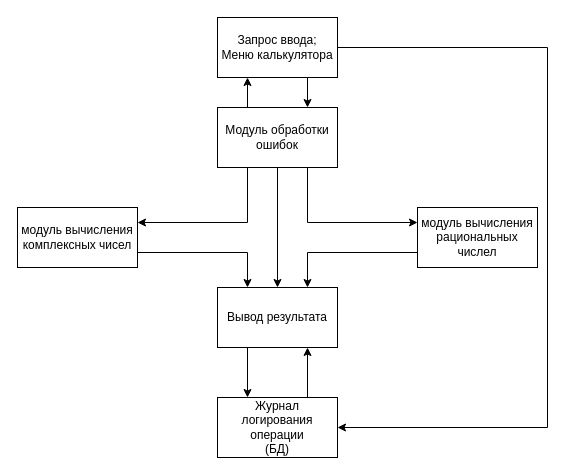
Vladimir230291/Calculate2.0 keeps this draw.io diagram as architecture.drawio. Above is the earlier version. Source tidied: cells renumbered, new cells numbered last; positions are measured from the earlier drawing's top-left corner, leaving out a move shared by most shapes. Both pictures are drawn from the tidied source at 100%, with x=0, y=0 at pixel (17, 17).
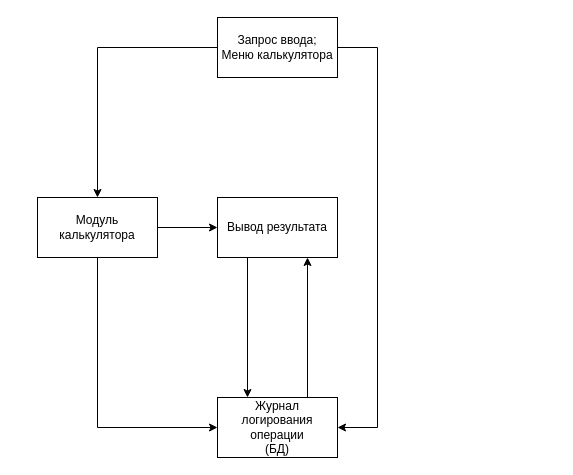
Above is the later version.

The edit, as a diff of the source:
```diff
@@
 <mxGraphModel>
   <root>
     <mxCell id="0" />
     <mxCell id="1" parent="0" />
-    <mxCell id="2" style="edgeStyle=orthogonalEdgeStyle;rounded=0;jettySize=auto;html=1;exitX=0.75;exitY=1;exitDx=0;exitDy=0;entryX=0.75;entryY=0;entryDx=0;entryDy=0;" parent="1" edge="1" source="4" target="9">
-      <mxGeometry relative="1" as="geometry" />
-    </mxCell>
     <mxCell id="3" style="edgeStyle=orthogonalEdgeStyle;rounded=0;jettySize=auto;html=1;exitX=1;exitY=0.5;exitDx=0;exitDy=0;entryX=1;entryY=0.5;entryDx=0;entryDy=0;" parent="1" edge="1" source="4" target="15">
       <mxGeometry relative="1" as="geometry">
         <Array as="points">
-          <mxPoint x="530" y="30" />
-          <mxPoint x="530" y="410" />
+          <mxPoint x="360" y="30" />
+          <mxPoint x="360" y="410" />
         </Array>
       </mxGeometry>
     </mxCell>
+    <mxCell id="18" style="edgeStyle=orthogonalEdgeStyle;rounded=0;jettySize=auto;html=1;exitX=0;exitY=0.5;exitDx=0;exitDy=0;entryX=0.5;entryY=0;entryDx=0;entryDy=0;" parent="1" edge="1" source="4" target="21">
+      <mxGeometry relative="1" as="geometry" />
+    </mxCell>
     <mxCell id="4" value="Запрос ввода;&lt;br&gt;Меню калькулятора" style="rounded=0;whiteSpace=wrap;html=1;" parent="1" vertex="1">
       <mxGeometry x="200" width="120" height="60" as="geometry" />
     </mxCell>
-    <mxCell id="5" style="edgeStyle=orthogonalEdgeStyle;rounded=0;jettySize=auto;html=1;exitX=0.25;exitY=0;exitDx=0;exitDy=0;entryX=0.25;entryY=1;entryDx=0;entryDy=0;" parent="1" edge="1" source="9" target="4">
-      <mxGeometry relative="1" as="geometry" />
-    </mxCell>
-    <mxCell id="6" style="edgeStyle=orthogonalEdgeStyle;rounded=0;jettySize=auto;html=1;exitX=0.25;exitY=1;exitDx=0;exitDy=0;entryX=1;entryY=0.25;entryDx=0;entryDy=0;" parent="1" edge="1" source="9" target="11">
-      <mxGeometry relative="1" as="geometry" />
-    </mxCell>
-    <mxCell id="7" style="edgeStyle=orthogonalEdgeStyle;rounded=0;jettySize=auto;html=1;exitX=0.75;exitY=1;exitDx=0;exitDy=0;entryX=0;entryY=0.25;entryDx=0;entryDy=0;" parent="1" edge="1" source="9" target="13">
-      <mxGeometry relative="1" as="geometry" />
-    </mxCell>
-    <mxCell id="8" style="edgeStyle=orthogonalEdgeStyle;rounded=0;jettySize=auto;html=1;exitX=0.5;exitY=1;exitDx=0;exitDy=0;entryX=0.5;entryY=0;entryDx=0;entryDy=0;" parent="1" edge="1" source="9" target="17">
-      <mxGeometry relative="1" as="geometry" />
-    </mxCell>
-    <mxCell id="9" value="Модуль обработки ошибок" style="whiteSpace=wrap;html=1;" parent="1" vertex="1">
-      <mxGeometry x="200" y="90" width="120" height="60" as="geometry" />
-    </mxCell>
-    <mxCell id="10" style="edgeStyle=orthogonalEdgeStyle;rounded=0;jettySize=auto;html=1;exitX=1;exitY=0.75;exitDx=0;exitDy=0;entryX=0.25;entryY=0;entryDx=0;entryDy=0;" parent="1" edge="1" source="11" target="17">
-      <mxGeometry relative="1" as="geometry" />
-    </mxCell>
-    <mxCell id="11" value="модуль вычисления комплексных чисел" style="whiteSpace=wrap;html=1;" parent="1" vertex="1">
-      <mxGeometry y="190" width="120" height="60" as="geometry" />
-    </mxCell>
-    <mxCell id="12" style="edgeStyle=orthogonalEdgeStyle;rounded=0;jettySize=auto;html=1;exitX=0;exitY=0.75;exitDx=0;exitDy=0;entryX=0.75;entryY=0;entryDx=0;entryDy=0;" parent="1" edge="1" source="13" target="17">
-      <mxGeometry relative="1" as="geometry" />
-    </mxCell>
-    <mxCell id="13" value="модуль вычисления рациональных числел" style="whiteSpace=wrap;html=1;" parent="1" vertex="1">
-      <mxGeometry x="400" y="190" width="120" height="60" as="geometry" />
-    </mxCell>
     <mxCell id="14" style="edgeStyle=orthogonalEdgeStyle;rounded=0;jettySize=auto;html=1;exitX=0.75;exitY=0;exitDx=0;exitDy=0;entryX=0.75;entryY=1;entryDx=0;entryDy=0;" parent="1" edge="1" source="15" target="17">
       <mxGeometry relative="1" as="geometry" />
     </mxCell>
     <mxCell id="15" value="Журнал логирования операции&lt;br&gt;(БД)" style="whiteSpace=wrap;html=1;" parent="1" vertex="1">
       <mxGeometry x="200" y="380" width="120" height="60" as="geometry" />
     </mxCell>
     <mxCell id="16" style="edgeStyle=orthogonalEdgeStyle;rounded=0;jettySize=auto;html=1;exitX=0.25;exitY=1;exitDx=0;exitDy=0;entryX=0.25;entryY=0;entryDx=0;entryDy=0;" parent="1" edge="1" source="17" target="15">
       <mxGeometry relative="1" as="geometry" />
     </mxCell>
     <mxCell id="17" value="Вывод результата" style="whiteSpace=wrap;html=1;" parent="1" vertex="1">
-      <mxGeometry x="200" y="270" width="120" height="60" as="geometry" />
+      <mxGeometry x="200" y="180" width="120" height="60" as="geometry" />
     </mxCell>
+    <mxCell id="19" style="edgeStyle=orthogonalEdgeStyle;rounded=0;jettySize=auto;html=1;exitX=1;exitY=0.5;exitDx=0;exitDy=0;entryX=0;entryY=0.5;entryDx=0;entryDy=0;" parent="1" edge="1" source="21" target="17">
+      <mxGeometry relative="1" as="geometry" />
+    </mxCell>
+    <mxCell id="20" style="edgeStyle=orthogonalEdgeStyle;rounded=0;jettySize=auto;html=1;exitX=0.5;exitY=1;exitDx=0;exitDy=0;entryX=0;entryY=0.5;entryDx=0;entryDy=0;" parent="1" edge="1" source="21" target="15">
+      <mxGeometry relative="1" as="geometry" />
+    </mxCell>
+    <mxCell id="21" value="Модуль калькулятора" style="rounded=0;whiteSpace=wrap;html=1;" parent="1" vertex="1">
+      <mxGeometry x="20" y="180" width="120" height="60" as="geometry" />
+    </mxCell>
   </root>
 </mxGraphModel>
```
